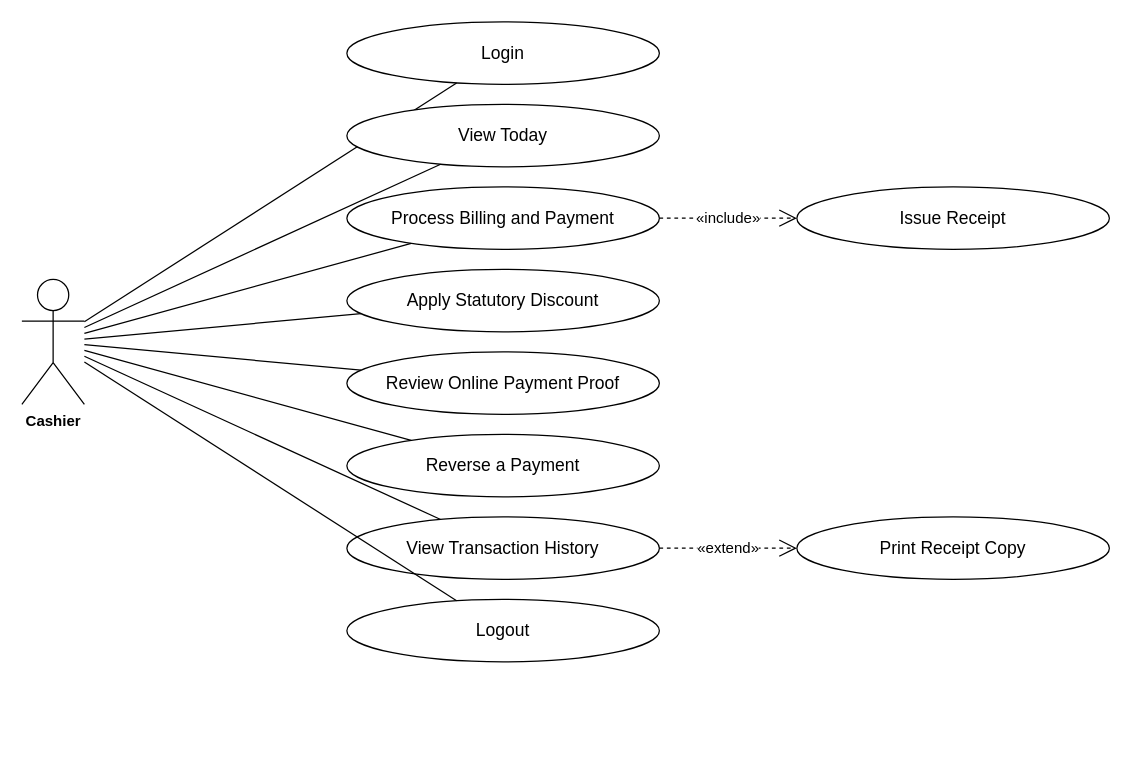
Earlier version of the draw.io diagram page "Cashier" (4 of 8) of docs/diagrams/usecases.drawio (Diazzzz-cpu/Enlogada-Clinic-Management-System). Source tidied: cells renumbered, new cells numbered last; positions are measured from the earlier drawing's top-left corner, leaving out a move shared by most shapes. Both pictures are drawn from the tidied source at 125%, with x=0, y=0 at pixel (21, 21).
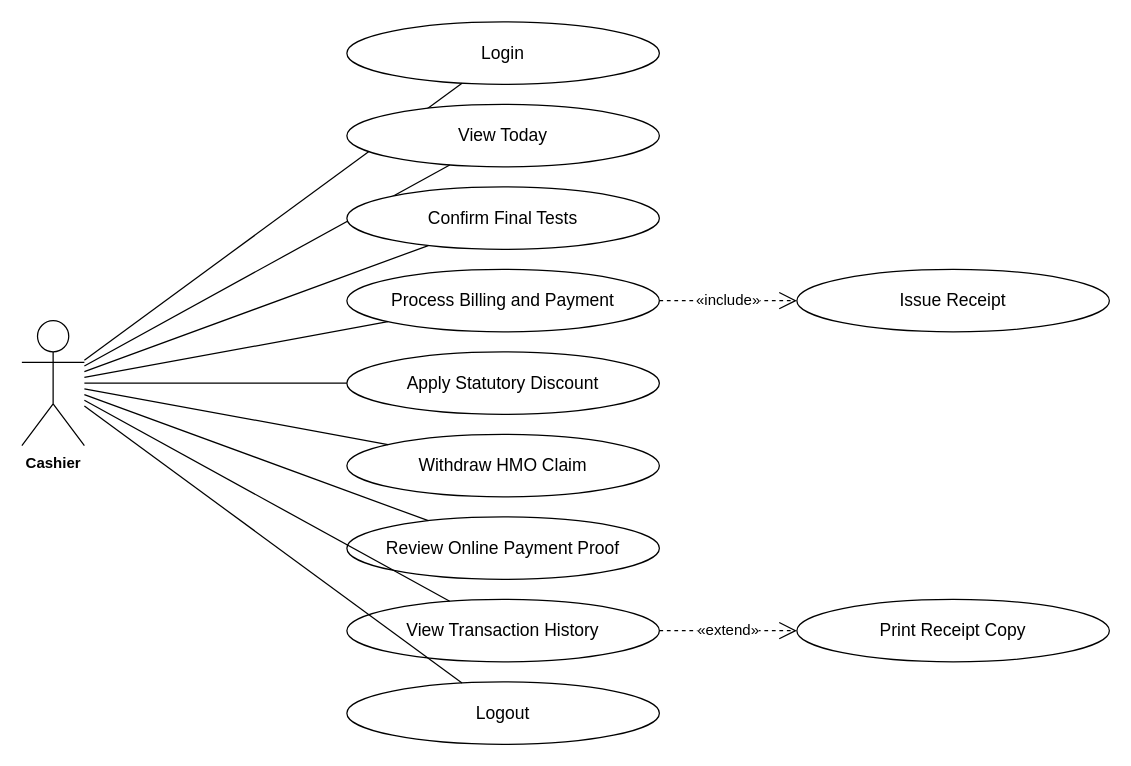
After the change.

What changed in the source:
```diff
@@
     <mxCell id="2" value="Cashier" style="shape=umlActor;verticalLabelPosition=bottom;verticalAlign=top;html=1;outlineConnect=0;fontFamily=Helvetica;fontSize=12;fontStyle=1;" parent="1" vertex="1">
-      <mxGeometry y="206" width="50" height="100" as="geometry" />
+      <mxGeometry y="239" width="50" height="100" as="geometry" />
     </mxCell>
@@
-    <mxCell id="7" value="Process Billing and Payment" style="ellipse;whiteSpace=wrap;html=1;fontFamily=Helvetica;fontSize=14;fontColor=#000000;strokeColor=#000000;" parent="1" vertex="1">
+    <mxCell id="7" value="Confirm Final Tests" style="ellipse;whiteSpace=wrap;html=1;fontFamily=Helvetica;fontSize=14;fontColor=#000000;strokeColor=#000000;" parent="1" vertex="1">
       <mxGeometry x="260" y="132" width="250" height="50" as="geometry" />
     </mxCell>
@@
-    <mxCell id="9" value="Apply Statutory Discount" style="ellipse;whiteSpace=wrap;html=1;fontFamily=Helvetica;fontSize=14;fontColor=#000000;strokeColor=#000000;" parent="1" vertex="1">
+    <mxCell id="9" value="Process Billing and Payment" style="ellipse;whiteSpace=wrap;html=1;fontFamily=Helvetica;fontSize=14;fontColor=#000000;strokeColor=#000000;" parent="1" vertex="1">
       <mxGeometry x="260" y="198" width="250" height="50" as="geometry" />
     </mxCell>
@@
-    <mxCell id="11" value="Review Online Payment Proof" style="ellipse;whiteSpace=wrap;html=1;fontFamily=Helvetica;fontSize=14;fontColor=#000000;strokeColor=#000000;" parent="1" vertex="1">
+    <mxCell id="11" value="Apply Statutory Discount" style="ellipse;whiteSpace=wrap;html=1;fontFamily=Helvetica;fontSize=14;fontColor=#000000;strokeColor=#000000;" parent="1" vertex="1">
       <mxGeometry x="260" y="264" width="250" height="50" as="geometry" />
     </mxCell>
@@
-    <mxCell id="13" value="Reverse a Payment" style="ellipse;whiteSpace=wrap;html=1;fontFamily=Helvetica;fontSize=14;fontColor=#000000;strokeColor=#000000;" parent="1" vertex="1">
+    <mxCell id="13" value="Withdraw HMO Claim" style="ellipse;whiteSpace=wrap;html=1;fontFamily=Helvetica;fontSize=14;fontColor=#000000;strokeColor=#000000;" parent="1" vertex="1">
       <mxGeometry x="260" y="330" width="250" height="50" as="geometry" />
     </mxCell>
@@
-    <mxCell id="15" value="View Transaction History" style="ellipse;whiteSpace=wrap;html=1;fontFamily=Helvetica;fontSize=14;fontColor=#000000;strokeColor=#000000;" parent="1" vertex="1">
+    <mxCell id="15" value="Review Online Payment Proof" style="ellipse;whiteSpace=wrap;html=1;fontFamily=Helvetica;fontSize=14;fontColor=#000000;strokeColor=#000000;" parent="1" vertex="1">
       <mxGeometry x="260" y="396" width="250" height="50" as="geometry" />
     </mxCell>
@@
-    <mxCell id="17" value="Logout" style="ellipse;whiteSpace=wrap;html=1;fontFamily=Helvetica;fontSize=14;fontColor=#000000;strokeColor=#000000;" parent="1" vertex="1">
+    <mxCell id="17" value="View Transaction History" style="ellipse;whiteSpace=wrap;html=1;fontFamily=Helvetica;fontSize=14;fontColor=#000000;strokeColor=#000000;" parent="1" vertex="1">
       <mxGeometry x="260" y="462" width="250" height="50" as="geometry" />
     </mxCell>
@@
-    <mxCell id="19" value="Issue Receipt" style="ellipse;whiteSpace=wrap;html=1;fontFamily=Helvetica;fontSize=14;fontColor=#000000;strokeColor=#000000;" parent="1" vertex="1">
-      <mxGeometry x="620" y="132" width="250" height="50" as="geometry" />
+    <mxCell id="19" value="Logout" style="ellipse;whiteSpace=wrap;html=1;fontFamily=Helvetica;fontSize=14;fontColor=#000000;strokeColor=#000000;" parent="1" vertex="1">
+      <mxGeometry x="260" y="528" width="250" height="50" as="geometry" />
     </mxCell>
-    <mxCell id="20" value="«include»" style="endArrow=open;endSize=12;dashed=1;html=1;fontFamily=Helvetica;fontSize=12;fontColor=#000000;strokeColor=#000000;" parent="1" edge="1" source="7" target="19">
+    <mxCell id="20" style="edgeStyle=none;rounded=0;html=1;endArrow=none;fontFamily=Helvetica;fontSize=12;fontColor=#000000;strokeColor=#000000;" parent="1" edge="1" source="2" target="19">
       <mxGeometry relative="1" as="geometry" />
     </mxCell>
-    <mxCell id="21" value="Print Receipt Copy" style="ellipse;whiteSpace=wrap;html=1;fontFamily=Helvetica;fontSize=14;fontColor=#000000;strokeColor=#000000;" parent="1" vertex="1">
-      <mxGeometry x="620" y="396" width="250" height="50" as="geometry" />
+    <mxCell id="21" value="Issue Receipt" style="ellipse;whiteSpace=wrap;html=1;fontFamily=Helvetica;fontSize=14;fontColor=#000000;strokeColor=#000000;" parent="1" vertex="1">
+      <mxGeometry x="620" y="198" width="250" height="50" as="geometry" />
     </mxCell>
-    <mxCell id="22" value="«extend»" style="endArrow=open;endSize=12;dashed=1;html=1;fontFamily=Helvetica;fontSize=12;fontColor=#000000;strokeColor=#000000;" parent="1" edge="1" source="15" target="21">
+    <mxCell id="22" value="«include»" style="endArrow=open;endSize=12;dashed=1;html=1;fontFamily=Helvetica;fontSize=12;fontColor=#000000;strokeColor=#000000;" parent="1" edge="1" source="9" target="21">
       <mxGeometry relative="1" as="geometry" />
     </mxCell>
+    <mxCell id="23" value="Print Receipt Copy" style="ellipse;whiteSpace=wrap;html=1;fontFamily=Helvetica;fontSize=14;fontColor=#000000;strokeColor=#000000;" parent="1" vertex="1">
+      <mxGeometry x="620" y="462" width="250" height="50" as="geometry" />
+    </mxCell>
+    <mxCell id="24" value="«extend»" style="endArrow=open;endSize=12;dashed=1;html=1;fontFamily=Helvetica;fontSize=12;fontColor=#000000;strokeColor=#000000;" parent="1" edge="1" source="17" target="23">
+      <mxGeometry relative="1" as="geometry" />
+    </mxCell>
```
